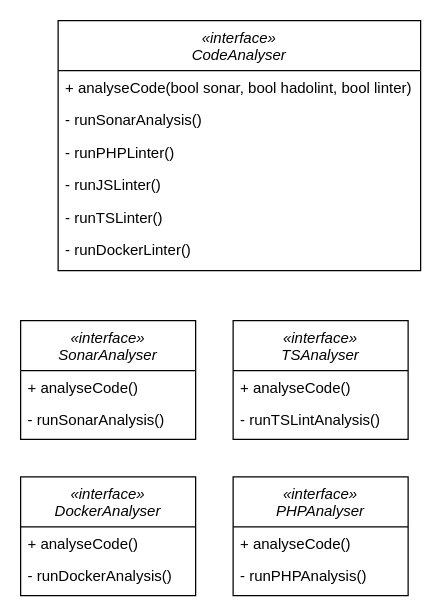
Before: prez/story/images/solid/interface-segragation.drawio in arcanneero/cicd-divorce-slides, a draw.io diagram. Source tidied: cells renumbered, new cells numbered last; positions are measured from the earlier drawing's top-left corner, leaving out a move shared by most shapes. Both pictures are drawn from the tidied source at 125%, with x=0, y=0 at pixel (20, 20).
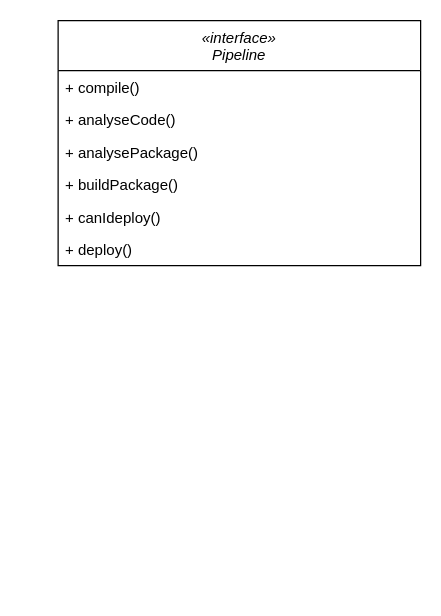
Above is the later version.

Commit message (it also covers changes not shown here):
feat: review schemas and speakers notes for interface segregation

The edit, as a diff of the source:
```diff
@@
-    <mxCell id="2" value="«interface»&#10;CodeAnalyser" style="swimlane;fontStyle=2;align=center;verticalAlign=top;horizontal=1;startSize=40;rounded=0;shadow=0;strokeWidth=1;" parent="1" vertex="1">
-      <mxGeometry x="30" width="290" height="200" as="geometry" />
+    <mxCell id="2" value="«interface»&#10;Pipeline" style="swimlane;fontStyle=2;align=center;verticalAlign=top;horizontal=1;startSize=40;rounded=0;shadow=0;strokeWidth=1;" parent="1" vertex="1">
+      <mxGeometry x="30" width="290" height="196" as="geometry" />
     </mxCell>
-    <mxCell id="3" value="+ analyseCode(bool sonar, bool hadolint, bool linter) " style="text;align=left;verticalAlign=top;spacingLeft=4;spacingRight=4;overflow=hidden;" parent="2" vertex="1">
+    <mxCell id="3" value="+ compile() " style="text;align=left;verticalAlign=top;spacingLeft=4;spacingRight=4;overflow=hidden;" parent="2" vertex="1">
       <mxGeometry y="40" width="290" height="26" as="geometry" />
     </mxCell>
-    <mxCell id="4" value="- runSonarAnalysis()" style="text;align=left;verticalAlign=top;spacingLeft=4;spacingRight=4;overflow=hidden;rounded=0;shadow=0;html=0;" parent="2" vertex="1">
+    <mxCell id="4" value="+ analyseCode()" style="text;align=left;verticalAlign=top;spacingLeft=4;spacingRight=4;overflow=hidden;rounded=0;shadow=0;html=0;" parent="2" vertex="1">
       <mxGeometry y="66" width="290" height="26" as="geometry" />
     </mxCell>
-    <mxCell id="5" value="- runPHPLinter()" style="text;align=left;verticalAlign=top;spacingLeft=4;spacingRight=4;overflow=hidden;rounded=0;shadow=0;html=0;" parent="2" vertex="1">
+    <mxCell id="5" value="+ analysePackage()" style="text;align=left;verticalAlign=top;spacingLeft=4;spacingRight=4;overflow=hidden;rounded=0;shadow=0;html=0;" parent="2" vertex="1">
       <mxGeometry y="92" width="290" height="26" as="geometry" />
     </mxCell>
-    <mxCell id="6" value="- runJSLinter()" style="text;align=left;verticalAlign=top;spacingLeft=4;spacingRight=4;overflow=hidden;rounded=0;shadow=0;html=0;" parent="2" vertex="1">
+    <mxCell id="6" value="+ buildPackage()" style="text;align=left;verticalAlign=top;spacingLeft=4;spacingRight=4;overflow=hidden;rounded=0;shadow=0;html=0;" parent="2" vertex="1">
       <mxGeometry y="118" width="290" height="26" as="geometry" />
     </mxCell>
-    <mxCell id="7" value="- runTSLinter()" style="text;align=left;verticalAlign=top;spacingLeft=4;spacingRight=4;overflow=hidden;rounded=0;shadow=0;html=0;" parent="2" vertex="1">
-      <mxGeometry y="144" width="290" height="26" as="geometry" />
-    </mxCell>
-    <mxCell id="8" value="- runDockerLinter()" style="text;align=left;verticalAlign=top;spacingLeft=4;spacingRight=4;overflow=hidden;rounded=0;shadow=0;html=0;" parent="2" vertex="1">
-      <mxGeometry y="170" width="290" height="26" as="geometry" />
-    </mxCell>
-    <mxCell id="9" parent="0" />
-    <mxCell id="10" value="«interface»&#10;SonarAnalyser" style="swimlane;fontStyle=2;align=center;verticalAlign=top;horizontal=1;startSize=40;rounded=0;shadow=0;strokeWidth=1;" parent="9" vertex="1">
-      <mxGeometry y="240" width="140" height="95" as="geometry" />
-    </mxCell>
-    <mxCell id="11" value="+ analyseCode() " style="text;align=left;verticalAlign=top;spacingLeft=4;spacingRight=4;overflow=hidden;" parent="10" vertex="1">
-      <mxGeometry y="40" width="140" height="26" as="geometry" />
-    </mxCell>
-    <mxCell id="12" value="- runSonarAnalysis()" style="text;align=left;verticalAlign=top;spacingLeft=4;spacingRight=4;overflow=hidden;rounded=0;shadow=0;html=0;" parent="10" vertex="1">
-      <mxGeometry y="66" width="140" height="26" as="geometry" />
-    </mxCell>
-    <mxCell id="13" value="«interface»&#10;DockerAnalyser" style="swimlane;fontStyle=2;align=center;verticalAlign=top;horizontal=1;startSize=40;rounded=0;shadow=0;strokeWidth=1;" parent="9" vertex="1">
-      <mxGeometry y="365" width="140" height="95" as="geometry" />
-    </mxCell>
-    <mxCell id="14" value="+ analyseCode() " style="text;align=left;verticalAlign=top;spacingLeft=4;spacingRight=4;overflow=hidden;" parent="13" vertex="1">
-      <mxGeometry y="40" width="140" height="26" as="geometry" />
-    </mxCell>
-    <mxCell id="15" value="- runDockerAnalysis()" style="text;align=left;verticalAlign=top;spacingLeft=4;spacingRight=4;overflow=hidden;rounded=0;shadow=0;html=0;" parent="13" vertex="1">
-      <mxGeometry y="66" width="140" height="26" as="geometry" />
-    </mxCell>
-    <mxCell id="16" value="«interface»&#10;PHPAnalyser" style="swimlane;fontStyle=2;align=center;verticalAlign=top;horizontal=1;startSize=40;rounded=0;shadow=0;strokeWidth=1;" parent="9" vertex="1">
-      <mxGeometry x="170" y="365" width="140" height="95" as="geometry" />
-    </mxCell>
-    <mxCell id="17" value="+ analyseCode() " style="text;align=left;verticalAlign=top;spacingLeft=4;spacingRight=4;overflow=hidden;" parent="16" vertex="1">
-      <mxGeometry y="40" width="140" height="26" as="geometry" />
-    </mxCell>
-    <mxCell id="18" value="- runPHPAnalysis()" style="text;align=left;verticalAlign=top;spacingLeft=4;spacingRight=4;overflow=hidden;rounded=0;shadow=0;html=0;" parent="16" vertex="1">
-      <mxGeometry y="66" width="140" height="26" as="geometry" />
-    </mxCell>
-    <mxCell id="19" value="«interface»&#10;TSAnalyser" style="swimlane;fontStyle=2;align=center;verticalAlign=top;horizontal=1;startSize=40;rounded=0;shadow=0;strokeWidth=1;" parent="9" vertex="1">
-      <mxGeometry x="170" y="240" width="140" height="95" as="geometry" />
-    </mxCell>
-    <mxCell id="20" value="+ analyseCode() " style="text;align=left;verticalAlign=top;spacingLeft=4;spacingRight=4;overflow=hidden;" parent="19" vertex="1">
-      <mxGeometry y="40" width="140" height="26" as="geometry" />
-    </mxCell>
-    <mxCell id="21" value="- runTSLintAnalysis()" style="text;align=left;verticalAlign=top;spacingLeft=4;spacingRight=4;overflow=hidden;rounded=0;shadow=0;html=0;" parent="19" vertex="1">
-      <mxGeometry y="66" width="140" height="26" as="geometry" />
-    </mxCell>
+    <mxCell id="22" value="+ canIdeploy()" style="text;align=left;verticalAlign=top;spacingLeft=4;spacingRight=4;overflow=hidden;rounded=0;shadow=0;html=0;" parent="2" vertex="1">
+      <mxGeometry y="144" width="290" height="26" as="geometry" />
+    </mxCell>
+    <mxCell id="23" value="+ deploy()" style="text;align=left;verticalAlign=top;spacingLeft=4;spacingRight=4;overflow=hidden;rounded=0;shadow=0;html=0;" parent="2" vertex="1">
+      <mxGeometry y="170" width="290" height="26" as="geometry" />
+    </mxCell>
```
